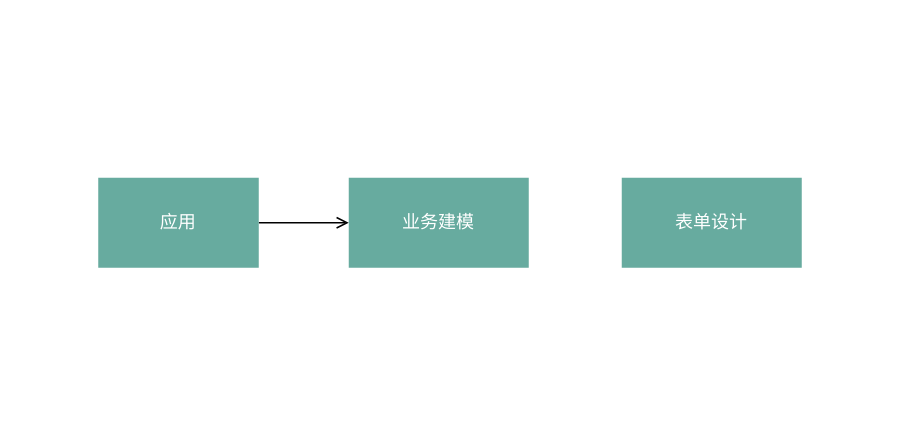
This is docs/LCDP.drawio from lokiworks/codebase, a draw.io file, before an edit. Source tidied: cells renumbered, new cells numbered last; positions are measured from the earlier drawing's top-left corner, leaving out a move shared by most shapes. Both pictures are drawn from the tidied source at 150%, with x=0, y=0 at pixel (98, 177).
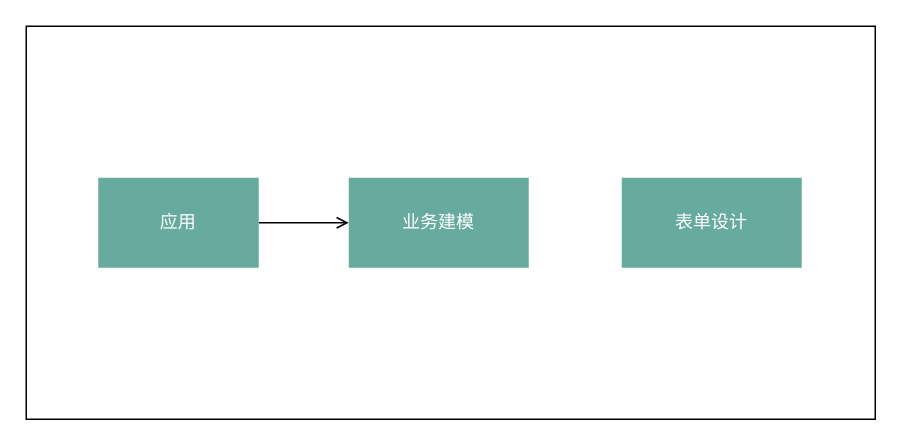
The same diagram, later.

What changed in the source:
```diff
@@
 <mxGraphModel>
   <root>
     <mxCell id="0" />
     <mxCell id="1" parent="0" />
+    <mxCell id="6" style="rounded=0;whiteSpace=wrap;html=1;fontColor=#FFFFFF;fillColor=#FFFFFF;" parent="1" vertex="1">
+      <mxGeometry x="-48" y="-101" width="566" height="262" as="geometry" />
+    </mxCell>
     <mxCell id="2" value="&lt;font color=&quot;#ffffff&quot;&gt;业务建模&lt;/font&gt;" style="rounded=0;whiteSpace=wrap;html=1;fillColor=#67AB9F;strokeColor=none;" parent="1" vertex="1">
       <mxGeometry x="167" width="120" height="60" as="geometry" />
     </mxCell>
     <mxCell id="3" style="edgeStyle=orthogonalEdgeStyle;rounded=0;jettySize=auto;html=1;exitX=1;exitY=0.5;exitDx=0;exitDy=0;fontColor=#FFFFFF;endArrow=open;endFill=0;" parent="1" edge="1" source="4" target="2">
       <mxGeometry relative="1" as="geometry" />
     </mxCell>
     <mxCell id="4" value="&lt;font color=&quot;#ffffff&quot;&gt;应用&lt;/font&gt;" style="rounded=0;whiteSpace=wrap;html=1;fillColor=#67AB9F;strokeColor=none;" parent="1" vertex="1">
       <mxGeometry width="107" height="60" as="geometry" />
     </mxCell>
     <mxCell id="5" value="&lt;font color=&quot;#ffffff&quot;&gt;表单设计&lt;/font&gt;" style="rounded=0;whiteSpace=wrap;html=1;fillColor=#67AB9F;strokeColor=none;" parent="1" vertex="1">
       <mxGeometry x="349" width="120" height="60" as="geometry" />
     </mxCell>
   </root>
 </mxGraphModel>
```
